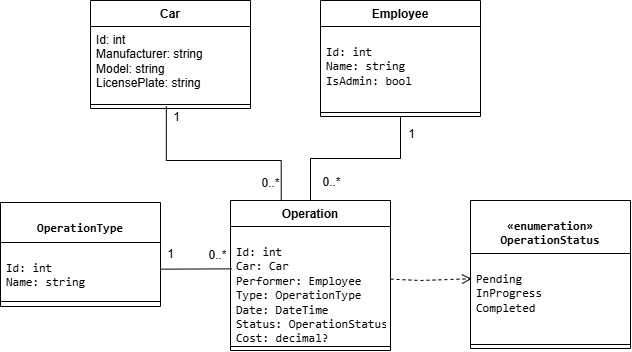
This is FleetClassDiagram.png from murakas82/programmeerimine2, a draw.io export, as it was before one commit. Source tidied: cells renumbered, new cells last; positions are measured from the earlier drawing's top-left corner, leaving out a move shared by most shapes.
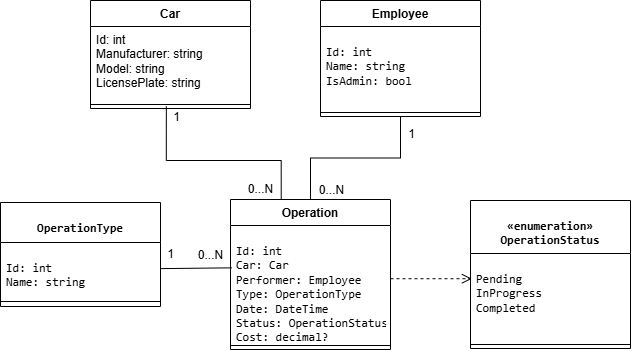
The same diagram one commit later.

What changed in the source:
```diff
@@ -15,9 +15,9 @@
         <mxPoint x="11" y="14" as="offset" />
       </mxGeometry>
     </mxCell>
-    <mxCell id="4" value="0..*&lt;div&gt;&lt;br&gt;&lt;/div&gt;" style="edgeLabel;html=1;align=center;verticalAlign=middle;fontSize=12;" parent="2" vertex="1">
+    <mxCell id="4" value="&lt;div&gt;0...N&lt;/div&gt;" style="edgeLabel;html=1;align=center;verticalAlign=middle;fontSize=12;" parent="2" vertex="1">
       <mxGeometry x="0.95" y="1" relative="1" as="geometry">
-        <mxPoint x="-12" y="-5" as="offset" />
+        <mxPoint x="-22" y="-5" as="offset" />
       </mxGeometry>
     </mxCell>
     <mxCell id="5" value="Car" style="swimlane;fontStyle=1;align=center;verticalAlign=top;horizontal=1;startSize=26;whiteSpace=wrap;html=1;" parent="1" vertex="1">
@@ -32,9 +32,9 @@
     <mxCell id="8" style="edgeStyle=orthogonalEdgeStyle;rounded=0;jettySize=auto;html=1;exitX=0.5;exitY=1;exitDx=0;exitDy=0;entryX=0.5;entryY=0;entryDx=0;entryDy=0;fontSize=12;startSize=8;endSize=8;startArrow=none;startFill=0;endArrow=none;endFill=0;" parent="1" edge="1" source="11" target="18">
       <mxGeometry relative="1" as="geometry" />
     </mxCell>
-    <mxCell id="9" value="0..*" style="edgeLabel;html=1;align=center;verticalAlign=middle;fontSize=12;" parent="8" vertex="1">
+    <mxCell id="9" value="0...N" style="edgeLabel;html=1;align=center;verticalAlign=middle;fontSize=12;" parent="8" vertex="1">
       <mxGeometry x="0.8" y="-1" relative="1" as="geometry">
-        <mxPoint x="21" as="offset" />
+        <mxPoint x="21" y="8" as="offset" />
       </mxGeometry>
     </mxCell>
     <mxCell id="10" value="1" style="edgeLabel;html=1;align=center;verticalAlign=middle;fontSize=12;" parent="8" vertex="1">
@@ -60,15 +60,13 @@
     <mxCell id="16" style="line;strokeWidth=1;fillColor=none;align=left;verticalAlign=middle;spacingTop=-1;spacingLeft=3;spacingRight=3;labelPosition=right;strokeColor=inherit;" parent="14" vertex="1">
       <mxGeometry y="94" width="160" height="10" as="geometry" />
     </mxCell>
-    <mxCell id="17" style="edgeStyle=none;curved=0;rounded=0;jettySize=auto;html=1;fontSize=12;startSize=8;endSize=8;strokeColor=default;dashed=1;endArrow=open;endFill=0;entryX=0.009;entryY=0.29;entryDx=0;entryDy=0;entryPerimeter=0;" parent="1" edge="1" source="18" target="22">
+    <mxCell id="17" style="curved=0;rounded=0;jettySize=auto;html=1;fontSize=12;startSize=8;endSize=8;strokeColor=default;dashed=1;endArrow=open;endFill=0;entryX=0.009;entryY=0.29;entryDx=0;entryDy=0;entryPerimeter=0;" parent="1" edge="1" target="22">
       <mxGeometry x="-0.09" relative="1" as="geometry">
-        <Array as="points">
-          <mxPoint x="420" y="280" />
-        </Array>
+        <mxPoint x="390" y="278.2" as="sourcePoint" />
       </mxGeometry>
     </mxCell>
     <mxCell id="18" value="Operation" style="swimlane;fontStyle=1;align=center;verticalAlign=top;horizontal=1;startSize=26;whiteSpace=wrap;html=1;" parent="1" vertex="1">
-      <mxGeometry x="230" y="200" width="160" height="150" as="geometry" />
+      <mxGeometry x="230" y="199" width="160" height="150" as="geometry" />
     </mxCell>
     <mxCell id="19" value="&lt;pre dir=&quot;ltr&quot;&gt;&lt;code&gt;Id: int&lt;br/&gt;Car: Car&lt;br/&gt;Performer: Employee&lt;br/&gt;Type: OperationType&lt;br/&gt;Date: DateTime&lt;br/&gt;Status: OperationStatus&lt;br/&gt;Cost: decimal?&lt;/code&gt;&lt;/pre&gt;" style="text;strokeColor=none;fillColor=none;align=left;verticalAlign=top;spacingLeft=4;spacingRight=4;overflow=hidden;points=[[0,0.5],[1,0.5]];portConstraint=eastwest;whiteSpace=wrap;html=1;" parent="18" vertex="1">
       <mxGeometry y="26" width="160" height="116" as="geometry" />
@@ -90,12 +88,12 @@
     </mxCell>
     <mxCell id="25" value="1" style="edgeLabel;html=1;align=center;verticalAlign=middle;fontSize=12;" parent="24" vertex="1">
       <mxGeometry x="-0.33" relative="1" as="geometry">
-        <mxPoint x="-14" y="-15" as="offset" />
+        <mxPoint x="-14" y="-14" as="offset" />
       </mxGeometry>
     </mxCell>
-    <mxCell id="26" value="0..*" style="edgeLabel;html=1;align=center;verticalAlign=middle;fontSize=12;" parent="24" vertex="1">
+    <mxCell id="26" value="0...N" style="edgeLabel;html=1;align=center;verticalAlign=middle;fontSize=12;" parent="24" vertex="1">
       <mxGeometry x="0.65" relative="1" as="geometry">
-        <mxPoint x="-2" y="-14" as="offset" />
+        <mxPoint x="-9" y="-13" as="offset" />
       </mxGeometry>
     </mxCell>
   </root>
```
